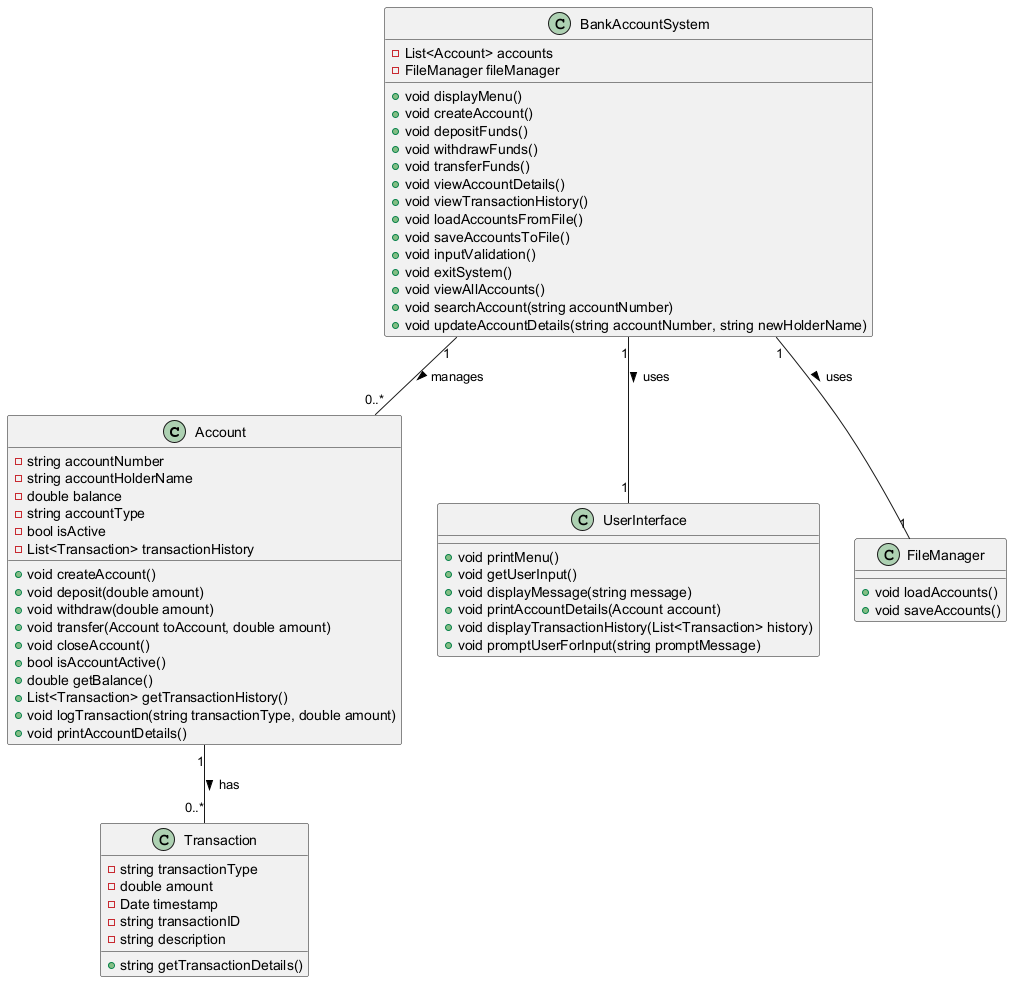
Above: bankSystem.png in AlexCabreraD/Bank-Account-System (PlantUML), before the change.
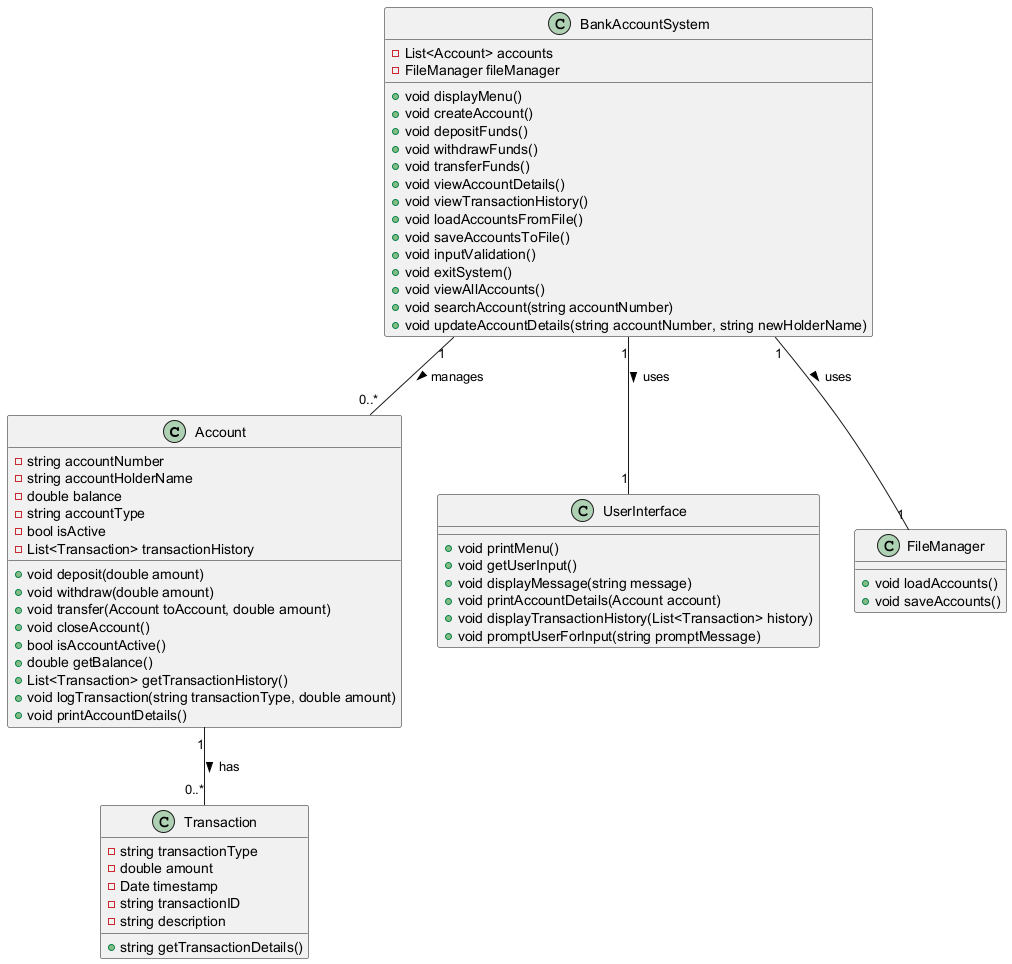
The same file after the commit.

Commit message:
removed createAccount(); from Account.

account creation will be handled by Account's constructor.

Diff of the diagram source:
```diff
@@ -7,7 +7,6 @@
     -string accountType
     -bool isActive
     -List<Transaction> transactionHistory
-    +void createAccount()
     +void deposit(double amount)
     +void withdraw(double amount)
     +void transfer(Account toAccount, double amount)
```
